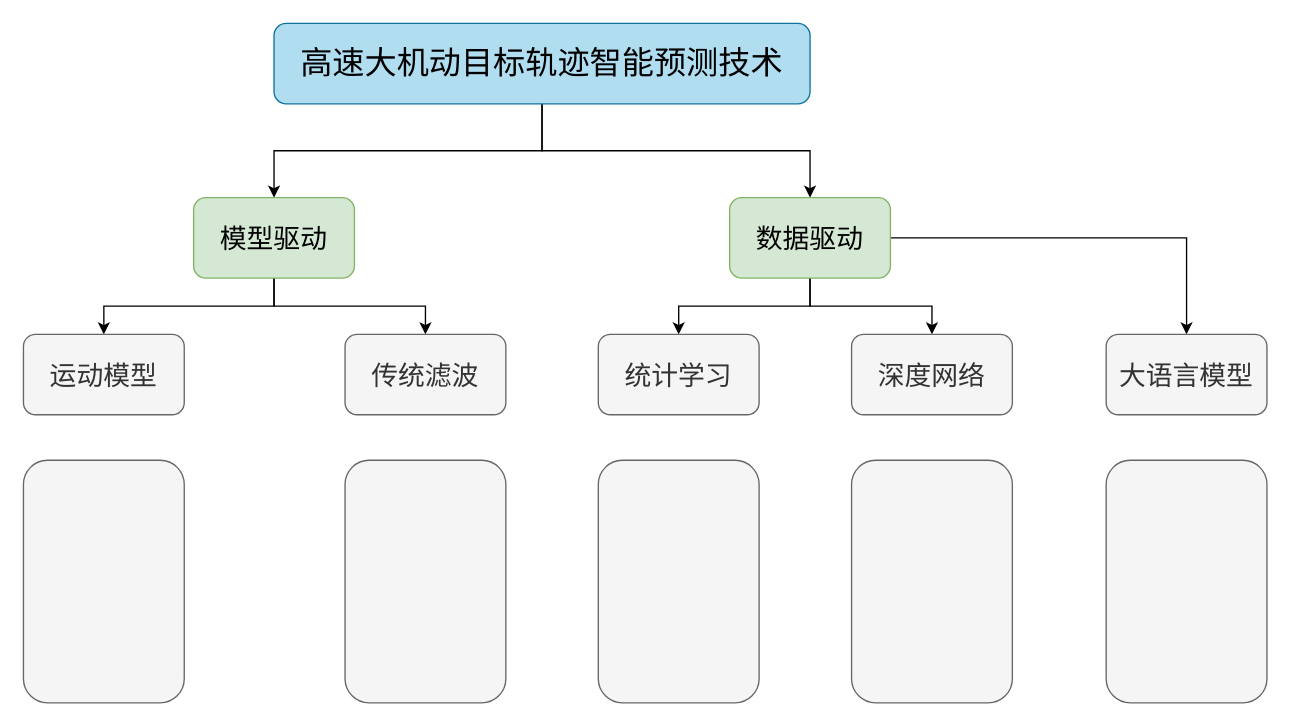
master-fency/plot keeps this draw.io diagram as 轨迹预测框架.drawio. Above is the earlier version. Source tidied: cells renumbered, new cells numbered last; positions are measured from the earlier drawing's top-left corner, leaving out a move shared by most shapes. Both pictures are drawn from the tidied source at 134%, with x=0, y=0 at pixel (23, 23).
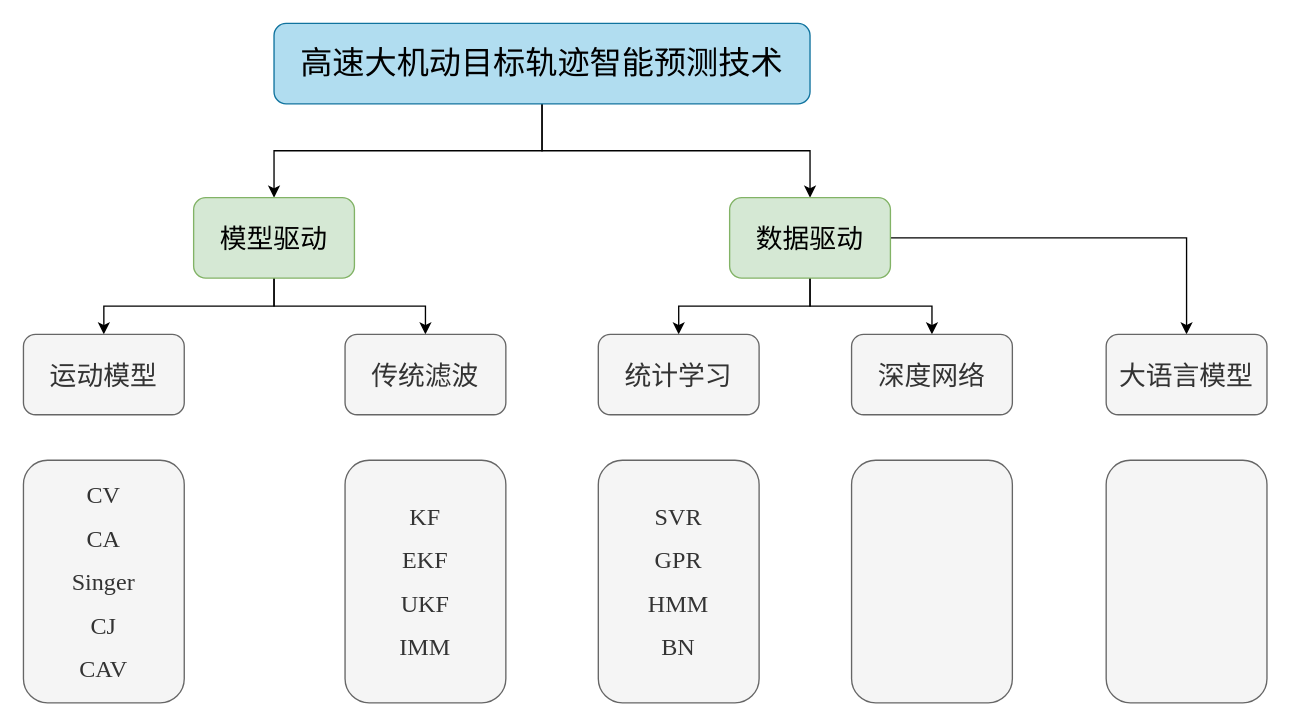
After the change.

Commit message:
更新轨迹预测框架.drawio

What changed in the source:
```diff
@@
-    <mxCell id="18" style="rounded=1;whiteSpace=wrap;html=1;fillColor=#f5f5f5;strokeColor=#666666;fontColor=#333333;" parent="1" vertex="1">
+    <mxCell id="18" value="&lt;div style=&quot;line-height: 180%;&quot;&gt;&lt;font face=&quot;Times New Roman&quot; style=&quot;font-size: 18px; line-height: 180%;&quot;&gt;CV&lt;/font&gt;&lt;div&gt;&lt;font face=&quot;Times New Roman&quot; style=&quot;font-size: 18px; line-height: 180%;&quot;&gt;CA&lt;/font&gt;&lt;/div&gt;&lt;div&gt;&lt;font face=&quot;Times New Roman&quot; style=&quot;font-size: 18px; line-height: 180%;&quot;&gt;Singer&lt;/font&gt;&lt;/div&gt;&lt;div&gt;&lt;font face=&quot;Times New Roman&quot; style=&quot;font-size: 18px; line-height: 180%;&quot;&gt;CJ&lt;/font&gt;&lt;/div&gt;&lt;div&gt;&lt;font face=&quot;Times New Roman&quot; style=&quot;font-size: 18px; line-height: 180%;&quot;&gt;CAV&lt;/font&gt;&lt;/div&gt;&lt;/div&gt;" style="rounded=1;whiteSpace=wrap;html=1;fillColor=#f5f5f5;strokeColor=#666666;fontColor=#333333;" parent="1" vertex="1">
       <mxGeometry y="326" width="120" height="181" as="geometry" />
     </mxCell>
-    <mxCell id="19" style="rounded=1;whiteSpace=wrap;html=1;fillColor=#f5f5f5;strokeColor=#666666;fontColor=#333333;" parent="1" vertex="1">
+    <mxCell id="19" value="&lt;div style=&quot;line-height: 180%;&quot;&gt;&lt;font style=&quot;font-size: 18px; line-height: 180%;&quot; face=&quot;Times New Roman&quot;&gt;KF&lt;/font&gt;&lt;div&gt;&lt;font style=&quot;font-size: 18px; line-height: 180%;&quot; face=&quot;Times New Roman&quot;&gt;EKF&lt;/font&gt;&lt;/div&gt;&lt;div&gt;&lt;font style=&quot;font-size: 18px; line-height: 180%;&quot; face=&quot;Times New Roman&quot;&gt;UKF&lt;/font&gt;&lt;/div&gt;&lt;div&gt;&lt;font style=&quot;font-size: 18px; line-height: 180%;&quot; face=&quot;Times New Roman&quot;&gt;IMM&lt;/font&gt;&lt;/div&gt;&lt;/div&gt;" style="rounded=1;whiteSpace=wrap;html=1;fillColor=#f5f5f5;strokeColor=#666666;fontColor=#333333;" parent="1" vertex="1">
       <mxGeometry x="240" y="326" width="120" height="181" as="geometry" />
     </mxCell>
-    <mxCell id="20" style="rounded=1;whiteSpace=wrap;html=1;fillColor=#f5f5f5;fontColor=#333333;strokeColor=#666666;" parent="1" vertex="1">
+    <mxCell id="20" value="&lt;div style=&quot;line-height: 180%;&quot;&gt;&lt;font face=&quot;Times New Roman&quot; style=&quot;font-size: 18px; line-height: 180%;&quot;&gt;SVR&lt;/font&gt;&lt;div&gt;&lt;font face=&quot;Times New Roman&quot; style=&quot;font-size: 18px; line-height: 180%;&quot;&gt;GPR&lt;/font&gt;&lt;/div&gt;&lt;div&gt;&lt;font face=&quot;Times New Roman&quot; style=&quot;font-size: 18px; line-height: 180%;&quot;&gt;HMM&lt;/font&gt;&lt;/div&gt;&lt;div&gt;&lt;font face=&quot;Times New Roman&quot; style=&quot;font-size: 18px; line-height: 180%;&quot;&gt;BN&lt;/font&gt;&lt;/div&gt;&lt;/div&gt;" style="rounded=1;whiteSpace=wrap;html=1;fillColor=#f5f5f5;fontColor=#333333;strokeColor=#666666;" parent="1" vertex="1">
       <mxGeometry x="429" y="326" width="120" height="181" as="geometry" />
     </mxCell>
```
